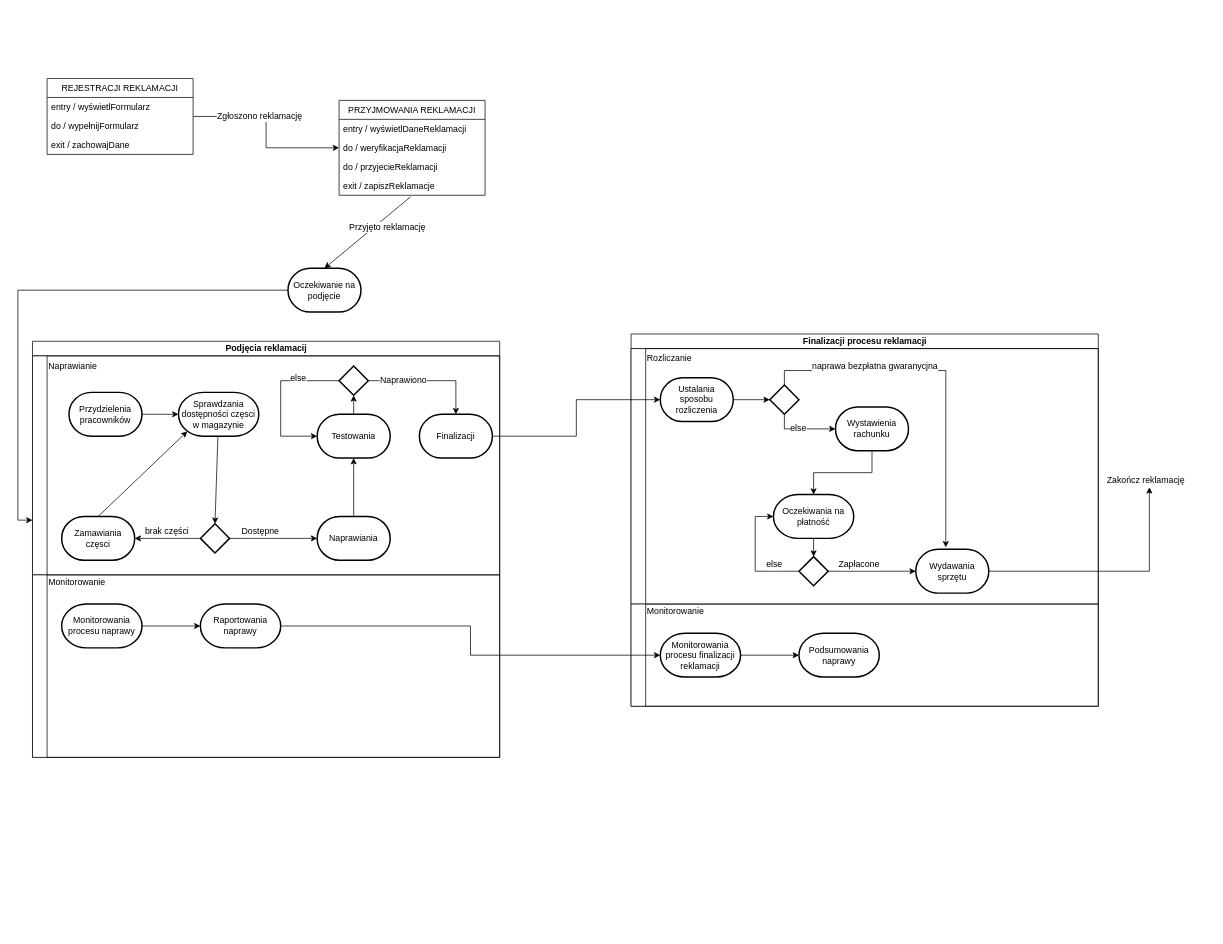
kamilmix/e-learning_UCD keeps this draw.io diagram as Projekt4_diagram_maszyny_stanowej.drawio. Above is the earlier version. Source tidied: cells renumbered, new cells numbered last; positions are measured from the earlier drawing's top-left corner, leaving out a move shared by most shapes. Both pictures are drawn from the tidied source at 73%, with x=0, y=0 at pixel (32, 78).
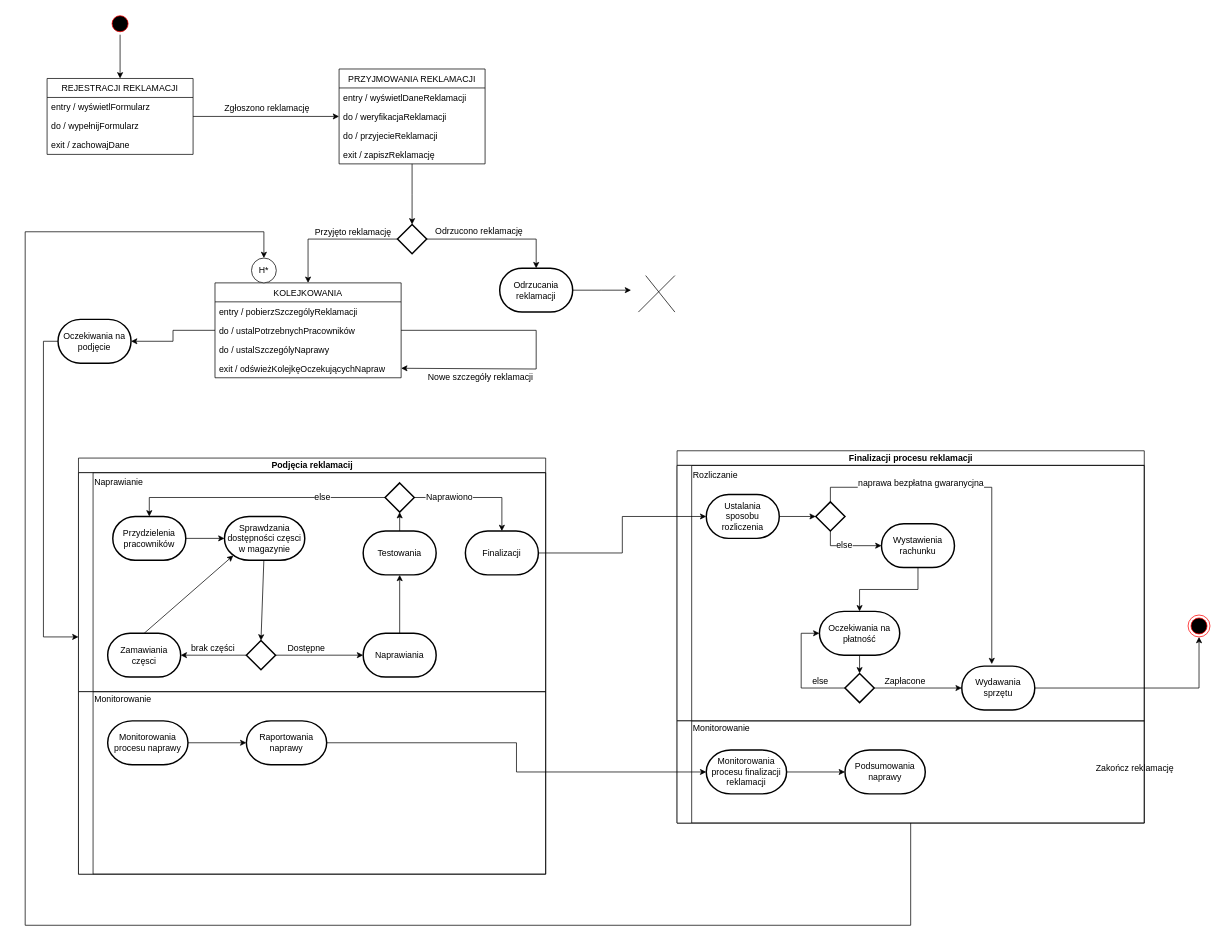
The same diagram, later.

The change refers to these unchanged cells:
```xml
<mxCell id="2" style="edgeStyle=orthogonalEdgeStyle;rounded=0;jettySize=auto;html=1;" parent="1" edge="1" source="4" target="8">
  <mxGeometry relative="1" as="geometry" />
</mxCell>
<mxCell id="4" value="REJESTRACJI REKLAMACJI" style="swimlane;fontStyle=0;horizontal=1;startSize=26;fillColor=none;" parent="1" vertex="1">
  <mxGeometry x="20" width="200" height="104" as="geometry" />
</mxCell>
<mxCell id="18" style="swimlane;html=1;startSize=20;horizontal=0;" parent="17" vertex="1">
  <mxGeometry y="20" width="640" height="300" as="geometry" />
</mxCell>
<mxCell id="33" value="Testowania" style="strokeWidth=2;html=1;shape=mxgraph.flowchart.terminator;whiteSpace=wrap;" parent="18" vertex="1">
  <mxGeometry x="390" y="80" width="100" height="60" as="geometry" />
</mxCell>
<mxCell id="37" style="strokeWidth=2;html=1;shape=mxgraph.flowchart.decision;whiteSpace=wrap;" parent="18" vertex="1">
  <mxGeometry x="420" y="14" width="40" height="40" as="geometry" />
</mxCell>
<mxCell id="57" value="Wydawania sprzętu" style="strokeWidth=2;html=1;shape=mxgraph.flowchart.terminator;whiteSpace=wrap;" parent="47" vertex="1">
  <mxGeometry x="390" y="275" width="100" height="60" as="geometry" />
</mxCell>
<mxCell id="66" style="swimlane;html=1;startSize=20;horizontal=0;" parent="46" vertex="1">
  <mxGeometry y="370" width="640" height="140" as="geometry" />
</mxCell>
```

What changed in the source:
```diff
@@
     <mxCell id="3" value="Zgłoszono reklamację" style="text;html=1;align=center;verticalAlign=middle;labelBackgroundColor=#ffffff;" parent="2" vertex="1">
-      <mxGeometry x="-0.26" y="1" relative="1" as="geometry" />
+      <mxGeometry x="-0.26" y="1" relative="1" as="geometry">
+        <mxPoint x="26" y="-11" as="offset" />
+      </mxGeometry>
     </mxCell>
@@
+    <mxCell id="75" value="KOLEJKOWANIA" style="swimlane;fontStyle=0;horizontal=1;startSize=26;fillColor=none;" parent="1" vertex="1">
+      <mxGeometry x="250" y="280" width="255" height="130" as="geometry" />
+    </mxCell>
+    <mxCell id="76" value="entry / pobierzSzczególyReklamacji" style="text;strokeColor=none;fillColor=none;align=left;verticalAlign=top;spacingLeft=4;spacingRight=4;overflow=hidden;" parent="75" vertex="1">
+      <mxGeometry y="26" width="255" height="26" as="geometry" />
+    </mxCell>
+    <mxCell id="77" style="edgeStyle=orthogonalEdgeStyle;rounded=0;jettySize=auto;html=1;exitX=1;exitY=0.5;exitDx=0;exitDy=0;entryX=1;entryY=0.5;entryDx=0;entryDy=0;" parent="75" edge="1" source="78" target="80">
+      <mxGeometry relative="1" as="geometry">
+        <Array as="points">
+          <mxPoint x="440" y="65" />
+          <mxPoint x="440" y="118" />
+        </Array>
+      </mxGeometry>
+    </mxCell>
+    <mxCell id="78" value="do / ustalPotrzebnychPracowników" style="text;strokeColor=none;fillColor=none;align=left;verticalAlign=top;spacingLeft=4;spacingRight=4;overflow=hidden;points=[[0,0.5],[1,0.5]];portConstraint=eastwest;" parent="75" vertex="1">
+      <mxGeometry y="52" width="255" height="26" as="geometry" />
+    </mxCell>
+    <mxCell id="79" value="do / ustalSzczególyNaprawy" style="text;strokeColor=none;fillColor=none;align=left;verticalAlign=top;spacingLeft=4;spacingRight=4;overflow=hidden;" parent="75" vertex="1">
+      <mxGeometry y="78" width="255" height="26" as="geometry" />
+    </mxCell>
+    <mxCell id="80" value="exit / odświeżKolejkęOczekującychNapraw" style="text;strokeColor=none;fillColor=none;align=left;verticalAlign=top;spacingLeft=4;spacingRight=4;overflow=hidden;points=[[0,0.5],[1,0.5]];portConstraint=eastwest;" parent="75" vertex="1">
+      <mxGeometry y="104" width="255" height="26" as="geometry" />
+    </mxCell>
+    <mxCell id="81" style="edgeStyle=orthogonalEdgeStyle;rounded=0;jettySize=auto;html=1;" parent="1" edge="1" source="8">
+      <mxGeometry relative="1" as="geometry">
+        <mxPoint x="520" y="200" as="targetPoint" />
+      </mxGeometry>
+    </mxCell>
     <mxCell id="8" value="PRZYJMOWANIA REKLAMACJI" style="swimlane;fontStyle=0;horizontal=1;startSize=26;fillColor=none;" parent="1" vertex="1">
-      <mxGeometry x="420" y="30" width="200" height="130" as="geometry" />
+      <mxGeometry x="420" y="-13" width="200" height="130" as="geometry" />
     </mxCell>
@@
-    <mxCell id="12" value="exit / zapiszReklamacje" style="text;strokeColor=none;fillColor=none;align=left;verticalAlign=top;spacingLeft=4;spacingRight=4;overflow=hidden;points=[[0,0.5],[1,0.5]];portConstraint=eastwest;" parent="8" vertex="1">
+    <mxCell id="12" value="exit / zapiszReklamację" style="text;strokeColor=none;fillColor=none;align=left;verticalAlign=top;spacingLeft=4;spacingRight=4;overflow=hidden;points=[[0,0.5],[1,0.5]];portConstraint=eastwest;" parent="8" vertex="1">
       <mxGeometry y="104" width="200" height="26" as="geometry" />
     </mxCell>
@@
-    <mxCell id="14" value="Oczekiwanie na podjęcie" style="strokeWidth=2;html=1;shape=mxgraph.flowchart.terminator;whiteSpace=wrap;" parent="1" vertex="1">
-      <mxGeometry x="350" y="260" width="100" height="60" as="geometry" />
+    <mxCell id="14" value="Oczekiwania na podjęcie" style="strokeWidth=2;html=1;shape=mxgraph.flowchart.terminator;whiteSpace=wrap;" parent="1" vertex="1">
+      <mxGeometry x="35" y="330" width="100" height="60" as="geometry" />
     </mxCell>
-    <mxCell id="15" style="rounded=0;jettySize=auto;html=1;exitX=0.49;exitY=1.077;exitDx=0;exitDy=0;entryX=0.5;entryY=0;entryDx=0;entryDy=0;entryPerimeter=0;exitPerimeter=0;" parent="1" edge="1" source="12" target="14">
+    <mxCell id="15" style="rounded=0;jettySize=auto;html=1;exitX=0;exitY=0.5;exitDx=0;exitDy=0;exitPerimeter=0;edgeStyle=orthogonalEdgeStyle;entryX=0.5;entryY=0;entryDx=0;entryDy=0;" parent="1" edge="1" source="87" target="75">
       <mxGeometry relative="1" as="geometry" />
     </mxCell>
     <mxCell id="16" value="Przyjęto reklamację" style="text;html=1;align=center;verticalAlign=middle;labelBackgroundColor=#ffffff;" parent="15" vertex="1">
       <mxGeometry x="-0.26" y="1" relative="1" as="geometry">
-        <mxPoint x="11" y="4" as="offset" />
+        <mxPoint x="6" y="-11" as="offset" />
       </mxGeometry>
     </mxCell>
     <mxCell id="17" value="Podjęcia reklamacij" style="swimlane;html=1;horizontal=1;startSize=20;" parent="1" vertex="1">
-      <mxGeometry y="360" width="640" height="570" as="geometry" />
+      <mxGeometry x="63" y="520" width="640" height="570" as="geometry" />
     </mxCell>
@@
     <mxCell id="20" value="Przydzielenia pracowników" style="strokeWidth=2;html=1;shape=mxgraph.flowchart.terminator;whiteSpace=wrap;" parent="18" vertex="1">
-      <mxGeometry x="50" y="50" width="100" height="60" as="geometry" />
+      <mxGeometry x="47" y="60" width="100" height="60" as="geometry" />
     </mxCell>
@@
     <mxCell id="22" value="Sprawdzania dostępności częsci w magazynie" style="strokeWidth=2;html=1;shape=mxgraph.flowchart.terminator;whiteSpace=wrap;" parent="18" vertex="1">
-      <mxGeometry x="200" y="50" width="110" height="60" as="geometry" />
+      <mxGeometry x="200" y="60" width="110" height="60" as="geometry" />
     </mxCell>
@@
-    <mxCell id="35" style="edgeStyle=orthogonalEdgeStyle;rounded=0;jettySize=auto;html=1;exitX=0;exitY=0.5;exitDx=0;exitDy=0;exitPerimeter=0;entryX=0;entryY=0.5;entryDx=0;entryDy=0;entryPerimeter=0;" parent="18" edge="1" source="37" target="33">
-      <mxGeometry relative="1" as="geometry">
-        <Array as="points">
-          <mxPoint x="340" y="34" />
-          <mxPoint x="340" y="110" />
-        </Array>
-      </mxGeometry>
-    </mxCell>
+    <mxCell id="82" style="rounded=0;jettySize=auto;html=1;exitX=0;exitY=0.5;exitDx=0;exitDy=0;exitPerimeter=0;entryX=0.5;entryY=0;entryDx=0;entryDy=0;entryPerimeter=0;edgeStyle=orthogonalEdgeStyle;" parent="18" edge="1" source="37" target="20">
+      <mxGeometry relative="1" as="geometry" />
+    </mxCell>
-    <mxCell id="36" value="else" style="text;html=1;align=center;verticalAlign=middle;labelBackgroundColor=#ffffff;" parent="35" vertex="1">
-      <mxGeometry x="-0.45" y="-4" relative="1" as="geometry" />
+    <mxCell id="36" value="else" style="text;html=1;align=center;verticalAlign=middle;labelBackgroundColor=#ffffff;" parent="82" vertex="1">
+      <mxGeometry x="-0.5" y="-1" relative="1" as="geometry" />
     </mxCell>
@@
     <mxCell id="46" value="Finalizacji procesu reklamacji" style="swimlane;html=1;horizontal=1;startSize=20;" parent="1" vertex="1">
-      <mxGeometry x="820" y="350" width="640" height="510" as="geometry" />
+      <mxGeometry x="883" y="510" width="640" height="510" as="geometry" />
     </mxCell>
@@
-    <mxCell id="71" style="edgeStyle=orthogonalEdgeStyle;rounded=0;jettySize=auto;html=1;exitX=1;exitY=0.5;exitDx=0;exitDy=0;exitPerimeter=0;" parent="1" edge="1" source="57" target="72">
+    <mxCell id="71" style="edgeStyle=orthogonalEdgeStyle;rounded=0;jettySize=auto;html=1;exitX=1;exitY=0.5;exitDx=0;exitDy=0;exitPerimeter=0;entryX=0.5;entryY=1;entryDx=0;entryDy=0;" parent="1" edge="1" source="57" target="85">
       <mxGeometry relative="1" as="geometry">
         <Array as="points">
-          <mxPoint x="1530" y="675" />
+          <mxPoint x="1598" y="835" />
         </Array>
       </mxGeometry>
     </mxCell>
     <mxCell id="72" value="Zakończ reklamację" style="text;html=1;points=[];align=left;verticalAlign=top;spacingTop=-4;" parent="1" vertex="1">
-      <mxGeometry x="1470" y="540" width="120" height="20" as="geometry" />
+      <mxGeometry x="1455" y="935" width="120" height="20" as="geometry" />
     </mxCell>
@@
+    <mxCell id="83" style="edgeStyle=orthogonalEdgeStyle;rounded=0;jettySize=auto;html=1;" parent="1" edge="1" source="84" target="4">
+      <mxGeometry relative="1" as="geometry" />
+    </mxCell>
+    <mxCell id="84" style="ellipse;html=1;shape=startState;fillColor=#000000;strokeColor=#ff0000;" parent="1" vertex="1">
+      <mxGeometry x="105" y="-90" width="30" height="30" as="geometry" />
+    </mxCell>
+    <mxCell id="85" style="ellipse;html=1;shape=endState;fillColor=#000000;strokeColor=#ff0000;" parent="1" vertex="1">
+      <mxGeometry x="1583" y="735" width="30" height="30" as="geometry" />
+    </mxCell>
+    <mxCell id="86" style="edgeStyle=orthogonalEdgeStyle;rounded=0;jettySize=auto;html=1;exitX=1;exitY=0.5;exitDx=0;exitDy=0;exitPerimeter=0;entryX=0.5;entryY=0;entryDx=0;entryDy=0;entryPerimeter=0;" parent="1" edge="1" source="87" target="89">
+      <mxGeometry relative="1" as="geometry" />
+    </mxCell>
+    <mxCell id="87" style="strokeWidth=2;html=1;shape=mxgraph.flowchart.decision;whiteSpace=wrap;" parent="1" vertex="1">
+      <mxGeometry x="500" y="200" width="40" height="40" as="geometry" />
+    </mxCell>
+    <mxCell id="88" style="edgeStyle=orthogonalEdgeStyle;rounded=0;jettySize=auto;html=1;" parent="1" edge="1" source="89">
+      <mxGeometry relative="1" as="geometry">
+        <mxPoint x="820" y="290" as="targetPoint" />
+      </mxGeometry>
+    </mxCell>
+    <mxCell id="89" value="Odrzucania reklamacji" style="strokeWidth=2;html=1;shape=mxgraph.flowchart.terminator;whiteSpace=wrap;" parent="1" vertex="1">
+      <mxGeometry x="640" y="260" width="100" height="60" as="geometry" />
+    </mxCell>
+    <mxCell id="90" value="Odrzucono reklamację" style="text;html=1;align=left;verticalAlign=top;spacingTop=-4;" parent="1" vertex="1">
+      <mxGeometry x="550" y="200" width="140" height="20" as="geometry" />
+    </mxCell>
+    <mxCell id="91" style="endArrow=none;html=1;" parent="1" edge="1">
+      <mxGeometry relative="1" as="geometry">
+        <mxPoint x="830" y="320" as="sourcePoint" />
+        <mxPoint x="880" y="270" as="targetPoint" />
+      </mxGeometry>
+    </mxCell>
+    <mxCell id="92" style="endArrow=none;html=1;" parent="1" edge="1">
+      <mxGeometry relative="1" as="geometry">
+        <mxPoint x="840" y="270" as="sourcePoint" />
+        <mxPoint x="880" y="320" as="targetPoint" />
+      </mxGeometry>
+    </mxCell>
+    <mxCell id="93" value="Nowe szczegóły reklamacji" style="text;html=1;align=left;verticalAlign=top;spacingTop=-4;" parent="1" vertex="1">
+      <mxGeometry x="540" y="400" width="160" height="20" as="geometry" />
+    </mxCell>
+    <mxCell id="94" style="edgeStyle=orthogonalEdgeStyle;rounded=0;jettySize=auto;html=1;exitX=0;exitY=0.5;exitDx=0;exitDy=0;entryX=1;entryY=0.5;entryDx=0;entryDy=0;entryPerimeter=0;" parent="1" edge="1" source="78" target="14">
+      <mxGeometry relative="1" as="geometry" />
+    </mxCell>
+    <mxCell id="95" style="edgeStyle=orthogonalEdgeStyle;rounded=0;jettySize=auto;html=1;exitX=0.5;exitY=1;exitDx=0;exitDy=0;entryX=0.5;entryY=0;entryDx=0;entryDy=0;" parent="1" edge="1" source="66" target="96">
+      <mxGeometry relative="1" as="geometry">
+        <Array as="points">
+          <mxPoint x="1203" y="1160" />
+          <mxPoint x="-10" y="1160" />
+          <mxPoint x="-10" y="210" />
+          <mxPoint x="317" y="210" />
+        </Array>
+      </mxGeometry>
+    </mxCell>
+    <mxCell id="96" value="H*" style="ellipse;whiteSpace=wrap;html=1;" parent="1" vertex="1">
+      <mxGeometry x="300" y="246" width="34" height="34" as="geometry" />
+    </mxCell>
```
